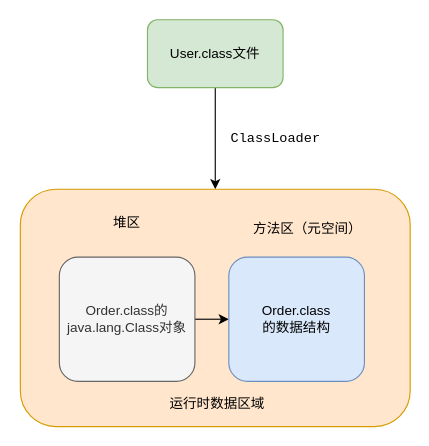
The draw.io diagram jvm/类的加载操作.drawio in erlieStar/diagrams, before the edit. Source tidied: cells renumbered, new cells numbered last; positions are measured from the earlier drawing's top-left corner, leaving out a move shared by most shapes. Both pictures are drawn from the tidied source at 113%, with x=0, y=0 at pixel (20, 19).
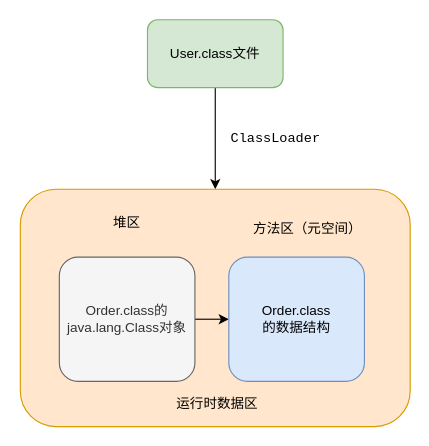
Above is the later version.

Commit message:
Update 类的加载操作.drawio

Diff of the diagram source:
```diff
@@
 <mxGraphModel>
   <root>
     <mxCell id="0" />
     <mxCell id="1" parent="0" />
     <mxCell id="2" style="edgeStyle=orthogonalEdgeStyle;rounded=0;jettySize=auto;html=1;exitX=0.5;exitY=1;exitDx=0;exitDy=0;entryX=0.5;entryY=0;entryDx=0;entryDy=0;" parent="1" edge="1" source="3" target="4">
       <mxGeometry relative="1" as="geometry" />
     </mxCell>
     <mxCell id="3" value="User.class文件" style="rounded=1;whiteSpace=wrap;html=1;fillColor=#d5e8d4;strokeColor=#82b366;" parent="1" vertex="1">
       <mxGeometry x="112" width="120" height="60" as="geometry" />
     </mxCell>
     <mxCell id="4" style="rounded=1;whiteSpace=wrap;html=1;fillColor=#ffe6cc;strokeColor=#d79b00;" parent="1" vertex="1">
       <mxGeometry x="-0.5" y="150" width="345" height="210" as="geometry" />
     </mxCell>
     <mxCell id="5" style="edgeStyle=orthogonalEdgeStyle;rounded=0;jettySize=auto;html=1;exitX=1;exitY=0.5;exitDx=0;exitDy=0;entryX=0;entryY=0.5;entryDx=0;entryDy=0;" parent="1" edge="1" source="6" target="7">
       <mxGeometry relative="1" as="geometry" />
     </mxCell>
     <mxCell id="6" value="Order.class的java.lang.Class对象" style="rounded=1;whiteSpace=wrap;html=1;fillColor=#f5f5f5;strokeColor=#666666;fontColor=#333333;" parent="1" vertex="1">
       <mxGeometry x="34" y="210" width="120" height="110" as="geometry" />
     </mxCell>
     <mxCell id="7" value="Order.class&lt;br&gt;的数据结构" style="rounded=1;whiteSpace=wrap;html=1;fillColor=#dae8fc;strokeColor=#6c8ebf;" parent="1" vertex="1">
       <mxGeometry x="184" y="210" width="120" height="110" as="geometry" />
     </mxCell>
-    <mxCell id="8" value="运行时数据区域" style="text;html=1;strokeColor=none;fillColor=none;align=center;verticalAlign=middle;whiteSpace=wrap;rounded=0;" parent="1" vertex="1">
+    <mxCell id="8" value="运行时数据区" style="text;html=1;strokeColor=none;fillColor=none;align=center;verticalAlign=middle;whiteSpace=wrap;rounded=0;" parent="1" vertex="1">
       <mxGeometry x="119" y="330" width="110" height="20" as="geometry" />
     </mxCell>
     <mxCell id="9" value="堆区" style="text;html=1;strokeColor=none;fillColor=none;align=center;verticalAlign=middle;whiteSpace=wrap;rounded=0;" parent="1" vertex="1">
       <mxGeometry x="74" y="170" width="40" height="20" as="geometry" />
     </mxCell>
     <mxCell id="10" value="方法区（元空间）" style="text;html=1;strokeColor=none;fillColor=none;align=center;verticalAlign=middle;whiteSpace=wrap;rounded=0;" parent="1" vertex="1">
       <mxGeometry x="184" y="180" width="140" height="10" as="geometry" />
     </mxCell>
     <mxCell id="11" value="&lt;pre&gt;ClassLoader&lt;/pre&gt;" style="text;whiteSpace=wrap;html=1;" parent="1" vertex="1">
       <mxGeometry x="184" y="80" width="90" height="40" as="geometry" />
     </mxCell>
   </root>
 </mxGraphModel>
```
